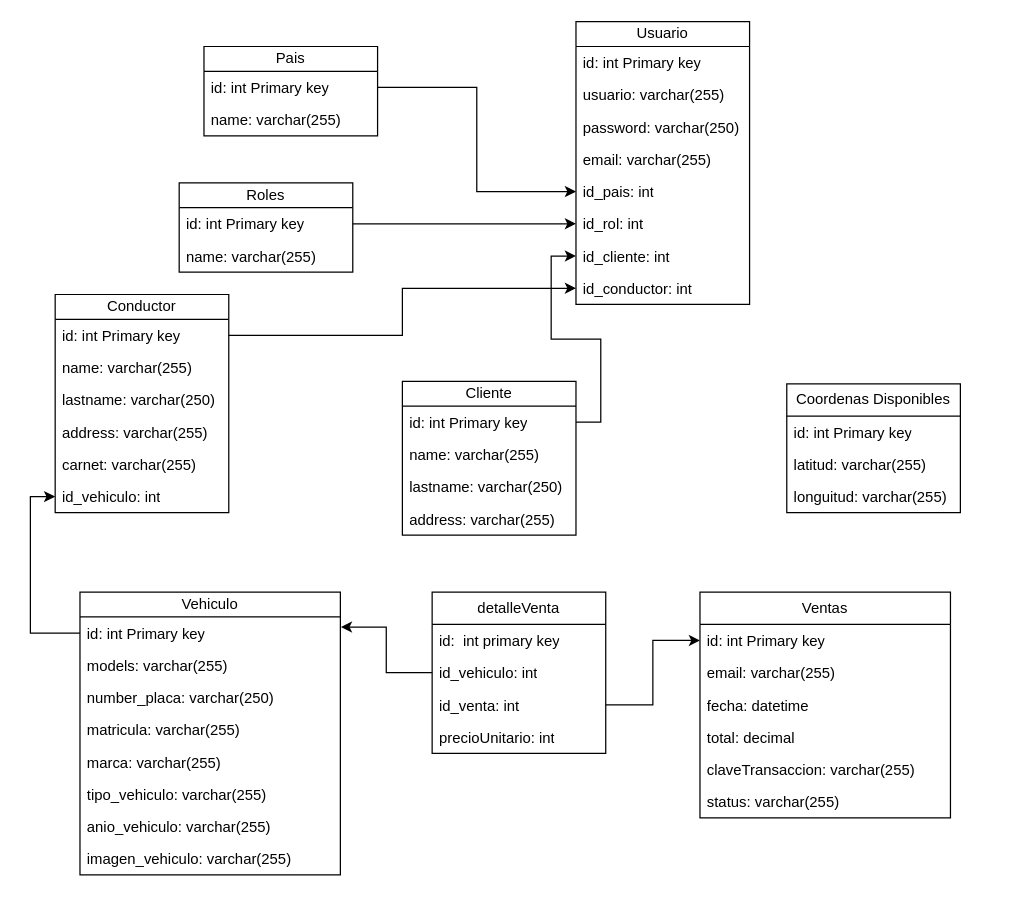
castro2001/Api_php keeps this draw.io diagram as clases.drawio. Above is the earlier version. Source tidied: cells renumbered, new cells numbered last; positions are measured from the earlier drawing's top-left corner, leaving out a move shared by most shapes. Both pictures are drawn from the tidied source at 124%, with x=0, y=0 at pixel (55, 21).
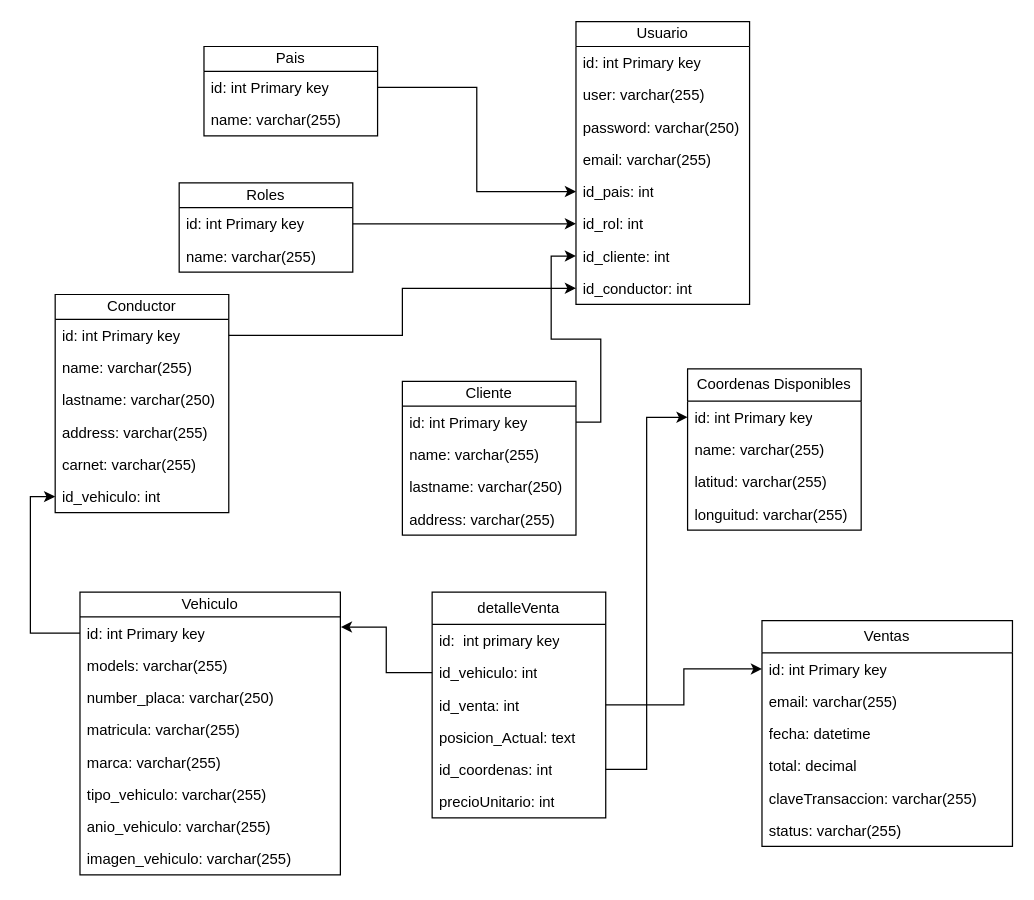
The same diagram, later.

The change refers to these unchanged cells:
```xml
<mxCell id="2" value="Usuario" style="swimlane;fontStyle=0;horizontal=1;startSize=20;fillColor=none;whiteSpace=wrap;html=1;" parent="1" vertex="1">
  <mxGeometry x="420" width="140" height="228" as="geometry" />
</mxCell>
<mxCell id="44" value="id: int Primary key" style="text;strokeColor=none;fillColor=none;align=left;verticalAlign=top;spacingLeft=4;spacingRight=4;overflow=hidden;points=[[0,0.5],[1,0.5]];portConstraint=eastwest;whiteSpace=wrap;html=1;" parent="43" vertex="1">
  <mxGeometry y="26" width="140" height="26" as="geometry" />
</mxCell>
```

Change to the diagram source:
```diff
@@
-    <mxCell id="4" value="usuario: varchar(255)" style="text;strokeColor=none;fillColor=none;align=left;verticalAlign=top;spacingLeft=4;spacingRight=4;overflow=hidden;whiteSpace=wrap;html=1;" parent="2" vertex="1">
+    <mxCell id="4" value="user: varchar(255)" style="text;strokeColor=none;fillColor=none;align=left;verticalAlign=top;spacingLeft=4;spacingRight=4;overflow=hidden;whiteSpace=wrap;html=1;" parent="2" vertex="1">
       <mxGeometry y="46" width="140" height="26" as="geometry" />
     </mxCell>
@@
     <mxCell id="43" value="Coordenas Disponibles" style="swimlane;fontStyle=0;horizontal=1;startSize=26;fillColor=none;whiteSpace=wrap;html=1;" parent="1" vertex="1">
-      <mxGeometry x="590" y="292" width="140" height="104" as="geometry" />
+      <mxGeometry x="510" y="280" width="140" height="130" as="geometry" />
     </mxCell>
@@
+    <mxCell id="61" value="name: varchar(255)" style="text;strokeColor=none;fillColor=none;align=left;verticalAlign=top;spacingLeft=4;spacingRight=4;overflow=hidden;whiteSpace=wrap;html=1;" parent="43" vertex="1">
+      <mxGeometry y="52" width="140" height="26" as="geometry" />
+    </mxCell>
     <mxCell id="45" value="latitud: varchar(255)" style="text;strokeColor=none;fillColor=none;align=left;verticalAlign=top;spacingLeft=4;spacingRight=4;overflow=hidden;whiteSpace=wrap;html=1;" parent="43" vertex="1">
-      <mxGeometry y="52" width="140" height="26" as="geometry" />
+      <mxGeometry y="78" width="140" height="26" as="geometry" />
     </mxCell>
     <mxCell id="46" value="longuitud: varchar(255)" style="text;strokeColor=none;fillColor=none;align=left;verticalAlign=top;spacingLeft=4;spacingRight=4;overflow=hidden;whiteSpace=wrap;html=1;" parent="43" vertex="1">
-      <mxGeometry y="78" width="140" height="26" as="geometry" />
+      <mxGeometry y="104" width="140" height="26" as="geometry" />
     </mxCell>
     <mxCell id="47" value="Ventas" style="swimlane;fontStyle=0;horizontal=1;startSize=26;fillColor=none;whiteSpace=wrap;html=1;" parent="1" vertex="1">
-      <mxGeometry x="520" y="460" width="202" height="182" as="geometry" />
+      <mxGeometry x="570" y="483" width="202" height="182" as="geometry" />
     </mxCell>
@@
     <mxCell id="54" value="detalleVenta" style="swimlane;fontStyle=0;horizontal=1;startSize=26;fillColor=none;whiteSpace=wrap;html=1;" parent="1" vertex="1">
-      <mxGeometry x="304" y="460" width="140" height="130" as="geometry" />
+      <mxGeometry x="304" y="460" width="140" height="182" as="geometry" />
     </mxCell>
@@
+    <mxCell id="62" value="posicion_Actual: text" style="text;strokeColor=none;fillColor=none;align=left;verticalAlign=top;spacingLeft=4;spacingRight=4;overflow=hidden;whiteSpace=wrap;html=1;" parent="54" vertex="1">
+      <mxGeometry y="104" width="140" height="26" as="geometry" />
+    </mxCell>
-    <mxCell id="58" value="precioUnitario: int" style="text;strokeColor=none;fillColor=none;align=left;verticalAlign=top;spacingLeft=4;spacingRight=4;overflow=hidden;points=[[0,0.5],[1,0.5]];portConstraint=eastwest;whiteSpace=wrap;html=1;" parent="54" vertex="1">
-      <mxGeometry y="104" width="140" height="26" as="geometry" />
+    <mxCell id="58" value="id_coordenas: int" style="text;strokeColor=none;fillColor=none;align=left;verticalAlign=top;spacingLeft=4;spacingRight=4;overflow=hidden;points=[[0,0.5],[1,0.5]];portConstraint=eastwest;whiteSpace=wrap;html=1;" parent="54" vertex="1">
+      <mxGeometry y="130" width="140" height="26" as="geometry" />
     </mxCell>
+    <mxCell id="63" value="precioUnitario: int" style="text;strokeColor=none;fillColor=none;align=left;verticalAlign=top;spacingLeft=4;spacingRight=4;overflow=hidden;whiteSpace=wrap;html=1;" parent="54" vertex="1">
+      <mxGeometry y="156" width="140" height="26" as="geometry" />
+    </mxCell>
@@
+    <mxCell id="64" style="edgeStyle=orthogonalEdgeStyle;rounded=0;jettySize=auto;html=1;exitX=1;exitY=0.5;exitDx=0;exitDy=0;entryX=0;entryY=0.5;entryDx=0;entryDy=0;" parent="1" edge="1" source="58" target="44">
+      <mxGeometry relative="1" as="geometry" />
+    </mxCell>
```
